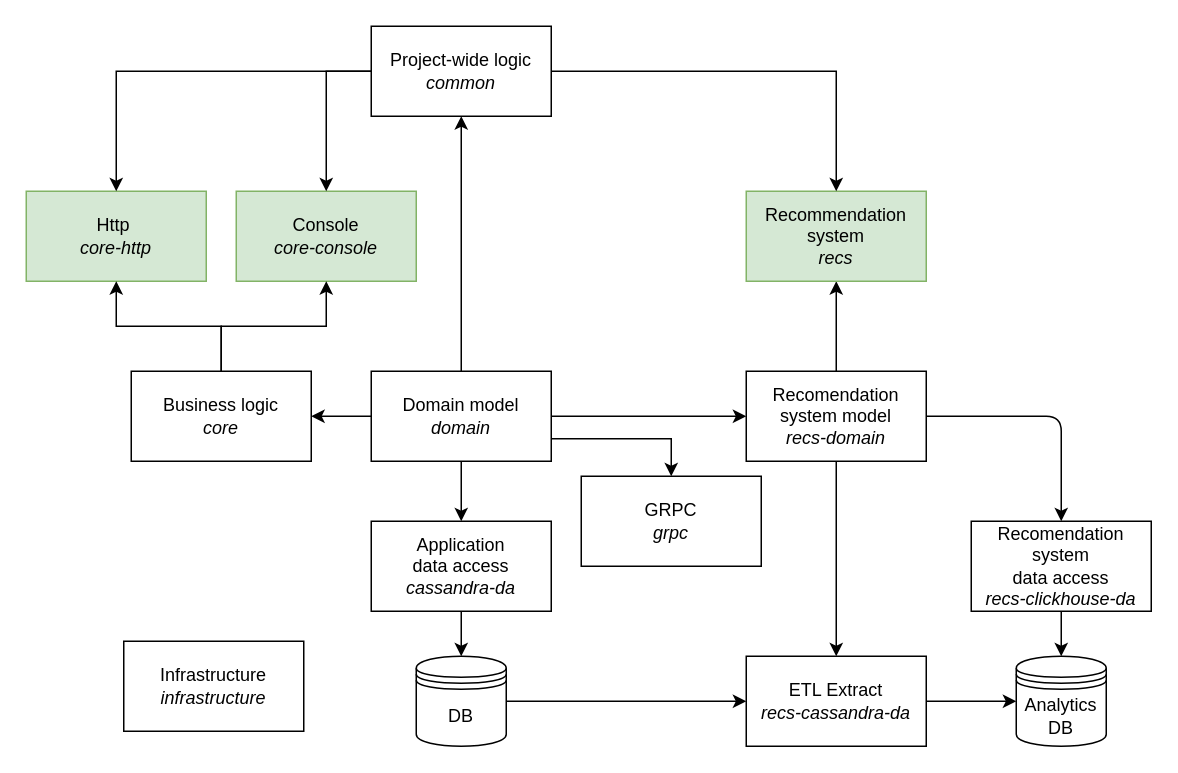
Earlier version of the draw.io diagram docs/img/components.drawio (Holodome/maweituo). Source tidied: cells renumbered, new cells numbered last; positions are measured from the earlier drawing's top-left corner, leaving out a move shared by most shapes. Both pictures are drawn from the tidied source at 150%, with x=0, y=0 at pixel (26, 26).
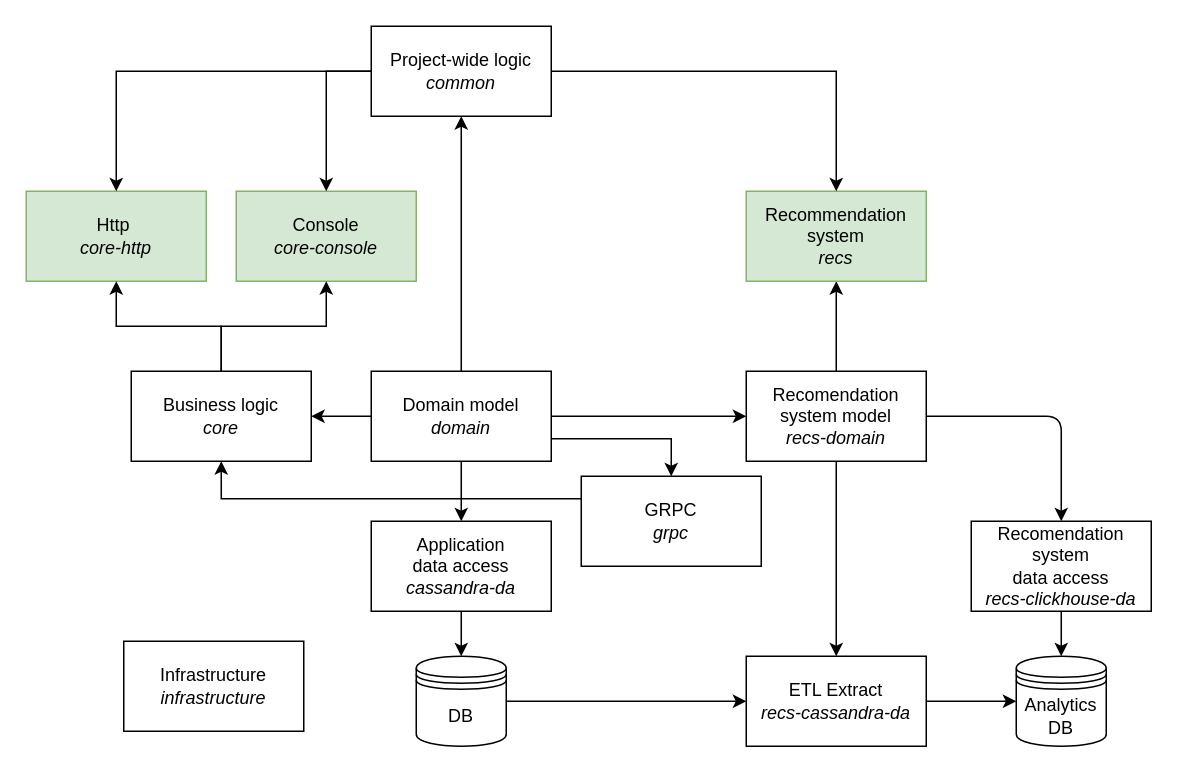
The same diagram, later.

Unchanged cells that the change refers to:
```xml
<mxCell id="26" value="Business logic&lt;br&gt;&lt;i&gt;core&lt;/i&gt;" style="rounded=0;whiteSpace=wrap;html=1;" parent="1" vertex="1">
  <mxGeometry x="70" y="230" width="120" height="60" as="geometry" />
</mxCell>
<mxCell id="28" value="GRPC&lt;br&gt;&lt;i&gt;grpc&lt;/i&gt;" style="rounded=0;whiteSpace=wrap;html=1;" parent="1" vertex="1">
  <mxGeometry x="370" y="300" width="120" height="60" as="geometry" />
</mxCell>
```

What changed in the source:
```diff
@@
+    <mxCell id="33" style="edgeStyle=orthogonalEdgeStyle;html=1;exitX=0;exitY=0.25;exitDx=0;exitDy=0;entryX=0.5;entryY=1;entryDx=0;entryDy=0;rounded=0;" parent="1" edge="1" source="28" target="26">
+      <mxGeometry relative="1" as="geometry" />
+    </mxCell>
```
